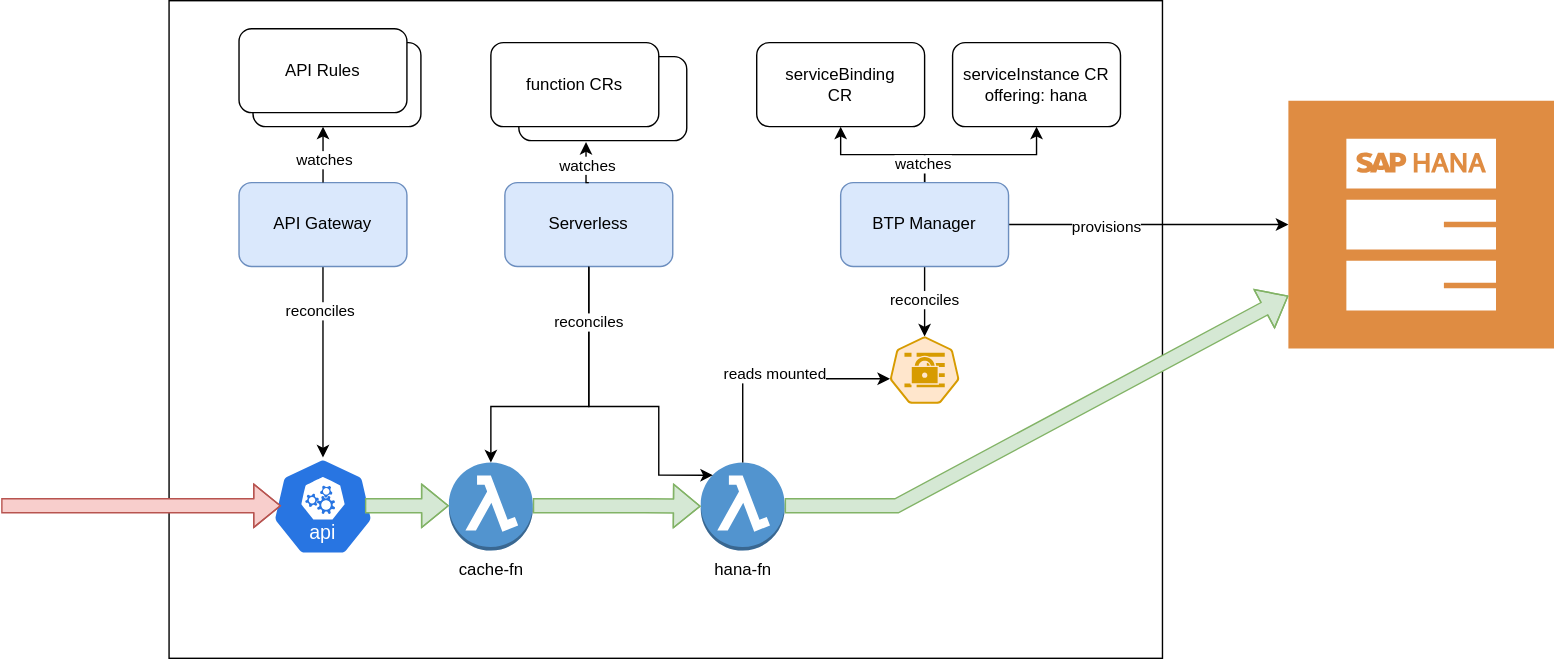
Above: assets/kyma-demo.drawio.svg in kwiatekus/kyma-demo (draw.io), before the change. Source tidied: cells renumbered, new cells last; positions are measured from the earlier drawing's top-left corner, leaving out a move shared by most shapes. Source of this version:
```xml
<mxGraphModel>
  <root>
    <mxCell id="0" />
    <mxCell id="1" parent="0" />
    <mxCell id="2" style="rounded=0;whiteSpace=wrap;html=1;" parent="1" vertex="1">
      <mxGeometry x="120" width="710" height="470" as="geometry" />
    </mxCell>
    <mxCell id="3" value="cache-fn" style="outlineConnect=0;dashed=0;verticalLabelPosition=bottom;verticalAlign=top;align=center;html=1;shape=mxgraph.aws3.lambda_function;fillColor=#5294CF;gradientColor=none;" parent="1" vertex="1">
      <mxGeometry x="320" y="330" width="60" height="63" as="geometry" />
    </mxCell>
    <mxCell id="4" value="hana-fn" style="outlineConnect=0;dashed=0;verticalLabelPosition=bottom;verticalAlign=top;align=center;html=1;shape=mxgraph.aws3.lambda_function;fillColor=#5294CF;gradientColor=none;" parent="1" vertex="1">
      <mxGeometry x="500" y="330" width="60" height="63" as="geometry" />
    </mxCell>
    <mxCell id="5" style="sketch=0;shadow=0;dashed=0;html=1;strokeColor=none;fillColor=#DF8C42;labelPosition=center;verticalLabelPosition=bottom;verticalAlign=top;align=center;outlineConnect=0;shape=mxgraph.veeam2.sap_hana_db;" parent="1" vertex="1">
      <mxGeometry x="920" y="71.5" width="190" height="177" as="geometry" />
    </mxCell>
    <mxCell id="6" style="sketch=0;html=1;dashed=0;whitespace=wrap;fillColor=#ffe6cc;strokeColor=#d79b00;points=[[0.005,0.63,0],[0.1,0.2,0],[0.9,0.2,0],[0.5,0,0],[0.995,0.63,0],[0.72,0.99,0],[0.5,1,0],[0.28,0.99,0]];shape=mxgraph.kubernetes.icon2;prIcon=secret;" parent="1" vertex="1">
      <mxGeometry x="635" y="240" width="50" height="48" as="geometry" />
    </mxCell>
    <mxCell id="7" value="serviceInstance CR&lt;br&gt;offering: hana" style="rounded=1;whiteSpace=wrap;html=1;" parent="1" vertex="1">
      <mxGeometry x="680" y="30" width="120" height="60" as="geometry" />
    </mxCell>
    <mxCell id="8" value="serviceBinding&lt;div&gt;CR&lt;/div&gt;" style="rounded=1;whiteSpace=wrap;html=1;" parent="1" vertex="1">
      <mxGeometry x="540" y="30" width="120" height="60" as="geometry" />
    </mxCell>
    <mxCell id="9" style="edgeStyle=orthogonalEdgeStyle;rounded=0;jettySize=auto;html=1;" parent="1" edge="1" source="16" target="6">
      <mxGeometry relative="1" as="geometry" />
    </mxCell>
    <mxCell id="10" value="reconciles" style="edgeLabel;html=1;align=center;verticalAlign=middle;" parent="9" vertex="1">
      <mxGeometry x="-0.1" y="-1" relative="1" as="geometry" />
    </mxCell>
    <mxCell id="11" style="edgeStyle=orthogonalEdgeStyle;rounded=0;jettySize=auto;html=1;" parent="1" edge="1" source="16" target="8">
      <mxGeometry relative="1" as="geometry" />
    </mxCell>
    <mxCell id="12" style="edgeStyle=orthogonalEdgeStyle;rounded=0;jettySize=auto;html=1;entryX=0.5;entryY=1;entryDx=0;entryDy=0;" parent="1" edge="1" source="16" target="7">
      <mxGeometry relative="1" as="geometry" />
    </mxCell>
    <mxCell id="13" value="watches" style="edgeLabel;html=1;align=center;verticalAlign=middle;" parent="12" vertex="1">
      <mxGeometry x="-0.77" y="2" relative="1" as="geometry" />
    </mxCell>
    <mxCell id="14" style="edgeStyle=orthogonalEdgeStyle;rounded=0;jettySize=auto;html=1;" parent="1" edge="1" source="16" target="5">
      <mxGeometry relative="1" as="geometry" />
    </mxCell>
    <mxCell id="15" value="provisions" style="edgeLabel;html=1;align=center;verticalAlign=middle;" parent="14" vertex="1">
      <mxGeometry x="-0.31" y="-1" relative="1" as="geometry" />
    </mxCell>
    <mxCell id="16" value="BTP Manager" style="rounded=1;whiteSpace=wrap;html=1;fillColor=#dae8fc;strokeColor=#6c8ebf;" parent="1" vertex="1">
      <mxGeometry x="600" y="130" width="120" height="60" as="geometry" />
    </mxCell>
    <mxCell id="17" style="edgeStyle=orthogonalEdgeStyle;rounded=0;jettySize=auto;html=1;" parent="1" edge="1" source="18" target="3">
      <mxGeometry relative="1" as="geometry">
        <Array as="points">
          <mxPoint x="420" y="290" />
          <mxPoint x="350" y="290" />
        </Array>
      </mxGeometry>
    </mxCell>
    <mxCell id="18" value="Serverless" style="rounded=1;whiteSpace=wrap;html=1;fillColor=#dae8fc;strokeColor=#6c8ebf;" parent="1" vertex="1">
      <mxGeometry x="360" y="130" width="120" height="60" as="geometry" />
    </mxCell>
    <mxCell id="19" style="rounded=1;whiteSpace=wrap;html=1;" parent="1" vertex="1">
      <mxGeometry x="370" y="40" width="120" height="60" as="geometry" />
    </mxCell>
    <mxCell id="20" value="&lt;div&gt;function CRs&lt;/div&gt;" style="rounded=1;whiteSpace=wrap;html=1;" parent="1" vertex="1">
      <mxGeometry x="350" y="30" width="120" height="60" as="geometry" />
    </mxCell>
    <mxCell id="21" style="edgeStyle=orthogonalEdgeStyle;rounded=0;jettySize=auto;html=1;exitX=0.5;exitY=0;exitDx=0;exitDy=0;entryX=0.4;entryY=1.017;entryDx=0;entryDy=0;entryPerimeter=0;" parent="1" edge="1" source="18" target="19">
      <mxGeometry relative="1" as="geometry" />
    </mxCell>
    <mxCell id="22" value="watches" style="edgeLabel;html=1;align=center;verticalAlign=middle;" parent="21" vertex="1">
      <mxGeometry x="-0.03" relative="1" as="geometry" />
    </mxCell>
    <mxCell id="23" style="edgeStyle=orthogonalEdgeStyle;rounded=0;jettySize=auto;html=1;entryX=0.005;entryY=0.63;entryDx=0;entryDy=0;entryPerimeter=0;" parent="1" edge="1" source="4" target="6">
      <mxGeometry relative="1" as="geometry">
        <Array as="points">
          <mxPoint x="530" y="270" />
        </Array>
      </mxGeometry>
    </mxCell>
    <mxCell id="24" value="reads mounted" style="edgeLabel;html=1;align=center;verticalAlign=middle;" parent="23" vertex="1">
      <mxGeometry x="-0.01" y="4" relative="1" as="geometry" />
    </mxCell>
    <mxCell id="25" style="edgeStyle=orthogonalEdgeStyle;rounded=0;jettySize=auto;html=1;entryX=0.145;entryY=0.145;entryDx=0;entryDy=0;entryPerimeter=0;" parent="1" edge="1" source="18" target="4">
      <mxGeometry relative="1" as="geometry">
        <Array as="points">
          <mxPoint x="420" y="290" />
          <mxPoint x="470" y="290" />
          <mxPoint x="470" y="339" />
        </Array>
      </mxGeometry>
    </mxCell>
    <mxCell id="26" value="reconciles" style="edgeLabel;html=1;align=center;verticalAlign=middle;" parent="25" vertex="1">
      <mxGeometry x="-0.67" y="-1" relative="1" as="geometry" />
    </mxCell>
    <mxCell id="27" style="sketch=0;html=1;dashed=0;whitespace=wrap;fillColor=#2875E2;strokeColor=#ffffff;points=[[0.005,0.63,0],[0.1,0.2,0],[0.9,0.2,0],[0.5,0,0],[0.995,0.63,0],[0.72,0.99,0],[0.5,1,0],[0.28,0.99,0]];shape=mxgraph.kubernetes.icon2;kubernetesLabel=1;prIcon=api;" parent="1" vertex="1">
      <mxGeometry x="193.5" y="326.5" width="72.9" height="70" as="geometry" />
    </mxCell>
    <mxCell id="28" style="edgeStyle=orthogonalEdgeStyle;rounded=0;jettySize=auto;html=1;" parent="1" edge="1" source="30" target="27">
      <mxGeometry relative="1" as="geometry" />
    </mxCell>
    <mxCell id="29" value="reconciles" style="edgeLabel;html=1;align=center;verticalAlign=middle;" parent="28" vertex="1">
      <mxGeometry x="-0.54" y="-3" relative="1" as="geometry" />
    </mxCell>
    <mxCell id="30" value="API Gateway" style="rounded=1;whiteSpace=wrap;html=1;fillColor=#dae8fc;strokeColor=#6c8ebf;" parent="1" vertex="1">
      <mxGeometry x="170" y="130" width="120" height="60" as="geometry" />
    </mxCell>
    <mxCell id="31" style="shape=flexArrow;endArrow=classic;html=1;rounded=0;fillColor=#f8cecc;strokeColor=#b85450;" parent="1" edge="1">
      <mxGeometry relative="1" as="geometry">
        <mxPoint y="361" as="sourcePoint" />
        <mxPoint x="200" y="361" as="targetPoint" />
        <Array as="points">
          <mxPoint x="80" y="361" />
        </Array>
      </mxGeometry>
    </mxCell>
    <mxCell id="32" value="&lt;div&gt;API Rules&lt;/div&gt;" style="rounded=1;whiteSpace=wrap;html=1;" parent="1" vertex="1">
      <mxGeometry x="180" y="30" width="120" height="60" as="geometry" />
    </mxCell>
    <mxCell id="33" value="&lt;div&gt;API Rules&lt;/div&gt;" style="rounded=1;whiteSpace=wrap;html=1;" parent="1" vertex="1">
      <mxGeometry x="170" y="20" width="120" height="60" as="geometry" />
    </mxCell>
    <mxCell id="34" style="shape=flexArrow;endArrow=classic;html=1;rounded=0;fillColor=#d5e8d4;strokeColor=#82b366;" parent="1" edge="1">
      <mxGeometry relative="1" as="geometry">
        <mxPoint x="260" y="361" as="sourcePoint" />
        <mxPoint x="320" y="361" as="targetPoint" />
        <Array as="points">
          <mxPoint x="340" y="361" />
        </Array>
      </mxGeometry>
    </mxCell>
    <mxCell id="35" style="edgeStyle=orthogonalEdgeStyle;rounded=0;jettySize=auto;html=1;entryX=0.417;entryY=1;entryDx=0;entryDy=0;entryPerimeter=0;" parent="1" edge="1" source="30" target="32">
      <mxGeometry relative="1" as="geometry" />
    </mxCell>
    <mxCell id="36" value="watches" style="edgeLabel;html=1;align=center;verticalAlign=middle;" parent="35" vertex="1">
      <mxGeometry x="-0.15" relative="1" as="geometry" />
    </mxCell>
    <mxCell id="37" style="shape=flexArrow;endArrow=classic;html=1;rounded=0;fillColor=#d5e8d4;strokeColor=#82b366;" parent="1" edge="1" target="4">
      <mxGeometry relative="1" as="geometry">
        <mxPoint x="380" y="361" as="sourcePoint" />
        <Array as="points">
          <mxPoint x="460" y="361" />
        </Array>
      </mxGeometry>
    </mxCell>
    <mxCell id="38" style="shape=flexArrow;endArrow=classic;html=1;rounded=0;fillColor=#d5e8d4;strokeColor=#82b366;" parent="1" edge="1" target="5">
      <mxGeometry relative="1" as="geometry">
        <mxPoint x="560" y="361" as="sourcePoint" />
        <Array as="points">
          <mxPoint x="640" y="361" />
        </Array>
      </mxGeometry>
    </mxCell>
  </root>
</mxGraphModel>
```
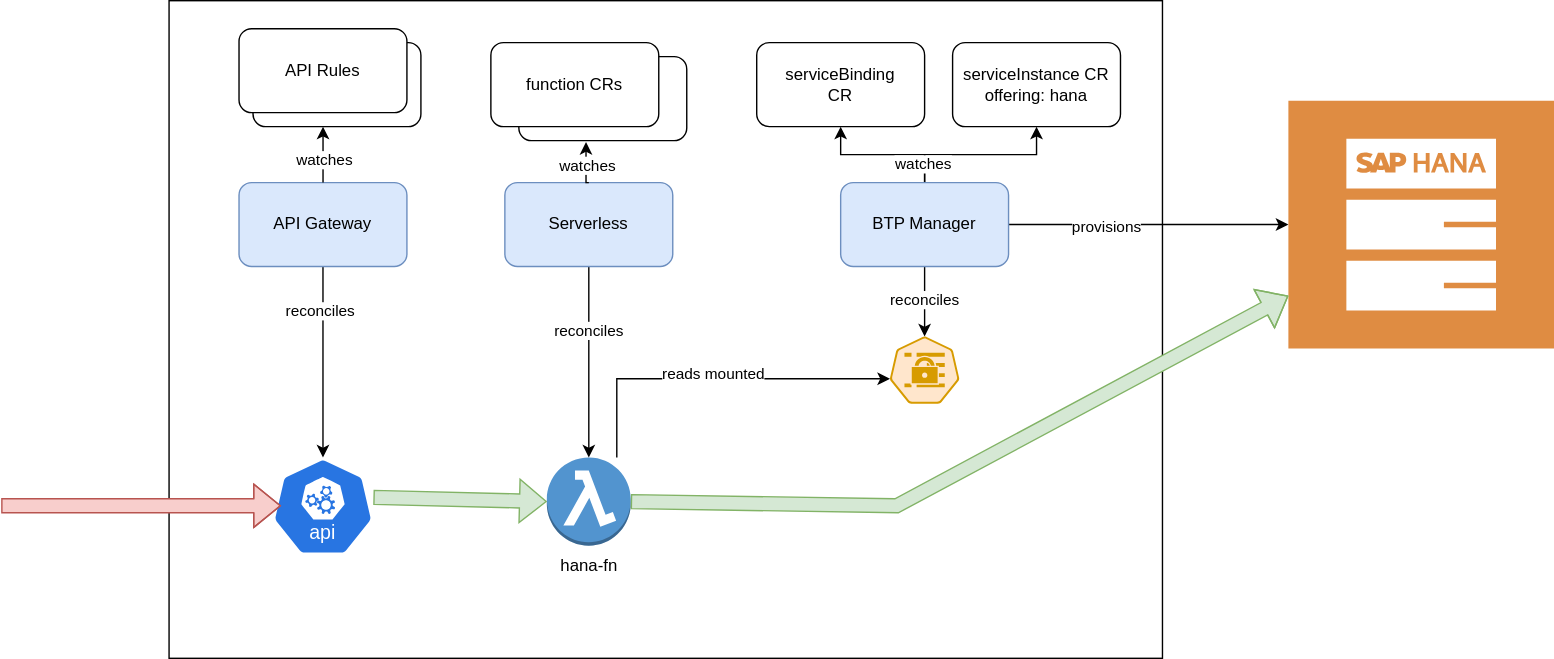
After the commit.

The edit, as a diff of the source:
```diff
@@ -5,11 +5,8 @@
     <mxCell id="2" style="rounded=0;whiteSpace=wrap;html=1;" parent="1" vertex="1">
       <mxGeometry x="120" width="710" height="470" as="geometry" />
     </mxCell>
-    <mxCell id="3" value="cache-fn" style="outlineConnect=0;dashed=0;verticalLabelPosition=bottom;verticalAlign=top;align=center;html=1;shape=mxgraph.aws3.lambda_function;fillColor=#5294CF;gradientColor=none;" parent="1" vertex="1">
-      <mxGeometry x="320" y="330" width="60" height="63" as="geometry" />
-    </mxCell>
     <mxCell id="4" value="hana-fn" style="outlineConnect=0;dashed=0;verticalLabelPosition=bottom;verticalAlign=top;align=center;html=1;shape=mxgraph.aws3.lambda_function;fillColor=#5294CF;gradientColor=none;" parent="1" vertex="1">
-      <mxGeometry x="500" y="330" width="60" height="63" as="geometry" />
+      <mxGeometry x="390" y="326.5" width="60" height="63" as="geometry" />
     </mxCell>
     <mxCell id="5" style="sketch=0;shadow=0;dashed=0;html=1;strokeColor=none;fillColor=#DF8C42;labelPosition=center;verticalLabelPosition=bottom;verticalAlign=top;align=center;outlineConnect=0;shape=mxgraph.veeam2.sap_hana_db;" parent="1" vertex="1">
       <mxGeometry x="920" y="71.5" width="190" height="177" as="geometry" />
@@ -47,14 +44,12 @@
     <mxCell id="16" value="BTP Manager" style="rounded=1;whiteSpace=wrap;html=1;fillColor=#dae8fc;strokeColor=#6c8ebf;" parent="1" vertex="1">
       <mxGeometry x="600" y="130" width="120" height="60" as="geometry" />
     </mxCell>
-    <mxCell id="17" style="edgeStyle=orthogonalEdgeStyle;rounded=0;jettySize=auto;html=1;" parent="1" edge="1" source="18" target="3">
-      <mxGeometry relative="1" as="geometry">
-        <Array as="points">
-          <mxPoint x="420" y="290" />
-          <mxPoint x="350" y="290" />
-        </Array>
-      </mxGeometry>
-    </mxCell>
+    <mxCell id="25" style="edgeStyle=orthogonalEdgeStyle;rounded=0;jettySize=auto;html=1;" parent="1" edge="1" source="18" target="4">
+      <mxGeometry relative="1" as="geometry" />
+    </mxCell>
+    <mxCell id="26" value="reconciles" style="edgeLabel;html=1;align=center;verticalAlign=middle;" parent="25" vertex="1">
+      <mxGeometry x="-0.34" y="-1" relative="1" as="geometry" />
+    </mxCell>
     <mxCell id="18" value="Serverless" style="rounded=1;whiteSpace=wrap;html=1;fillColor=#dae8fc;strokeColor=#6c8ebf;" parent="1" vertex="1">
       <mxGeometry x="360" y="130" width="120" height="60" as="geometry" />
     </mxCell>
@@ -73,25 +68,13 @@
     <mxCell id="23" style="edgeStyle=orthogonalEdgeStyle;rounded=0;jettySize=auto;html=1;entryX=0.005;entryY=0.63;entryDx=0;entryDy=0;entryPerimeter=0;" parent="1" edge="1" source="4" target="6">
       <mxGeometry relative="1" as="geometry">
         <Array as="points">
-          <mxPoint x="530" y="270" />
+          <mxPoint x="440" y="270" />
         </Array>
       </mxGeometry>
     </mxCell>
     <mxCell id="24" value="reads mounted" style="edgeLabel;html=1;align=center;verticalAlign=middle;" parent="23" vertex="1">
       <mxGeometry x="-0.01" y="4" relative="1" as="geometry" />
     </mxCell>
-    <mxCell id="25" style="edgeStyle=orthogonalEdgeStyle;rounded=0;jettySize=auto;html=1;entryX=0.145;entryY=0.145;entryDx=0;entryDy=0;entryPerimeter=0;" parent="1" edge="1" source="18" target="4">
-      <mxGeometry relative="1" as="geometry">
-        <Array as="points">
-          <mxPoint x="420" y="290" />
-          <mxPoint x="470" y="290" />
-          <mxPoint x="470" y="339" />
-        </Array>
-      </mxGeometry>
-    </mxCell>
-    <mxCell id="26" value="reconciles" style="edgeLabel;html=1;align=center;verticalAlign=middle;" parent="25" vertex="1">
-      <mxGeometry x="-0.67" y="-1" relative="1" as="geometry" />
-    </mxCell>
     <mxCell id="27" style="sketch=0;html=1;dashed=0;whitespace=wrap;fillColor=#2875E2;strokeColor=#ffffff;points=[[0.005,0.63,0],[0.1,0.2,0],[0.9,0.2,0],[0.5,0,0],[0.995,0.63,0],[0.72,0.99,0],[0.5,1,0],[0.28,0.99,0]];shape=mxgraph.kubernetes.icon2;kubernetesLabel=1;prIcon=api;" parent="1" vertex="1">
       <mxGeometry x="193.5" y="326.5" width="72.9" height="70" as="geometry" />
     </mxCell>
@@ -119,36 +102,21 @@
     <mxCell id="33" value="&lt;div&gt;API Rules&lt;/div&gt;" style="rounded=1;whiteSpace=wrap;html=1;" parent="1" vertex="1">
       <mxGeometry x="170" y="20" width="120" height="60" as="geometry" />
     </mxCell>
-    <mxCell id="34" style="shape=flexArrow;endArrow=classic;html=1;rounded=0;fillColor=#d5e8d4;strokeColor=#82b366;" parent="1" edge="1">
-      <mxGeometry relative="1" as="geometry">
-        <mxPoint x="260" y="361" as="sourcePoint" />
-        <mxPoint x="320" y="361" as="targetPoint" />
-        <Array as="points">
-          <mxPoint x="340" y="361" />
-        </Array>
-      </mxGeometry>
-    </mxCell>
     <mxCell id="35" style="edgeStyle=orthogonalEdgeStyle;rounded=0;jettySize=auto;html=1;entryX=0.417;entryY=1;entryDx=0;entryDy=0;entryPerimeter=0;" parent="1" edge="1" source="30" target="32">
       <mxGeometry relative="1" as="geometry" />
     </mxCell>
     <mxCell id="36" value="watches" style="edgeLabel;html=1;align=center;verticalAlign=middle;" parent="35" vertex="1">
       <mxGeometry x="-0.15" relative="1" as="geometry" />
     </mxCell>
-    <mxCell id="37" style="shape=flexArrow;endArrow=classic;html=1;rounded=0;fillColor=#d5e8d4;strokeColor=#82b366;" parent="1" edge="1" target="4">
-      <mxGeometry relative="1" as="geometry">
-        <mxPoint x="380" y="361" as="sourcePoint" />
-        <Array as="points">
-          <mxPoint x="460" y="361" />
-        </Array>
-      </mxGeometry>
-    </mxCell>
-    <mxCell id="38" style="shape=flexArrow;endArrow=classic;html=1;rounded=0;fillColor=#d5e8d4;strokeColor=#82b366;" parent="1" edge="1" target="5">
+    <mxCell id="38" style="shape=flexArrow;endArrow=classic;html=1;rounded=0;fillColor=#d5e8d4;strokeColor=#82b366;exitX=1;exitY=0.5;exitDx=0;exitDy=0;exitPerimeter=0;" parent="1" edge="1" source="4" target="5">
       <mxGeometry relative="1" as="geometry">
-        <mxPoint x="560" y="361" as="sourcePoint" />
         <Array as="points">
           <mxPoint x="640" y="361" />
         </Array>
       </mxGeometry>
     </mxCell>
+    <mxCell id="39" style="shape=flexArrow;endArrow=classic;html=1;rounded=0;exitX=0.994;exitY=0.407;exitDx=0;exitDy=0;exitPerimeter=0;entryX=0;entryY=0.5;entryDx=0;entryDy=0;entryPerimeter=0;fillColor=#d5e8d4;strokeColor=#82b366;" parent="1" edge="1" source="27" target="4">
+      <mxGeometry relative="1" as="geometry" />
+    </mxCell>
   </root>
 </mxGraphModel>
```
